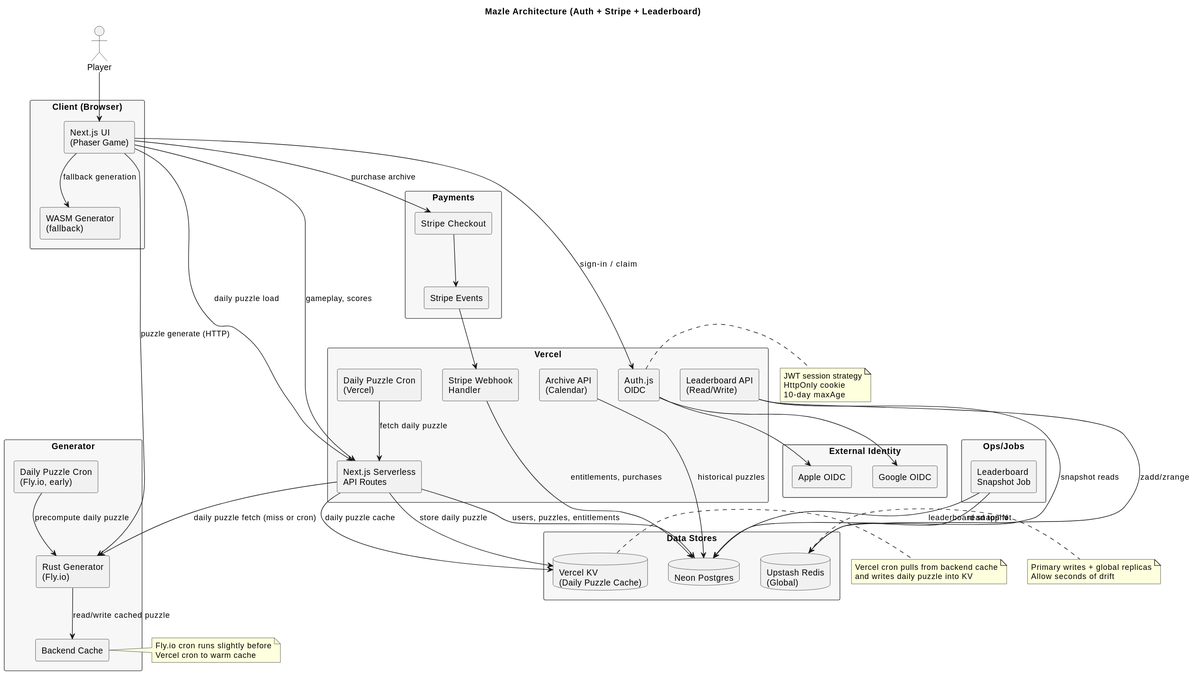
Before: docs/mazle-architecture.svg, a diagram exported from PlantUML (jmogainz/mazle).
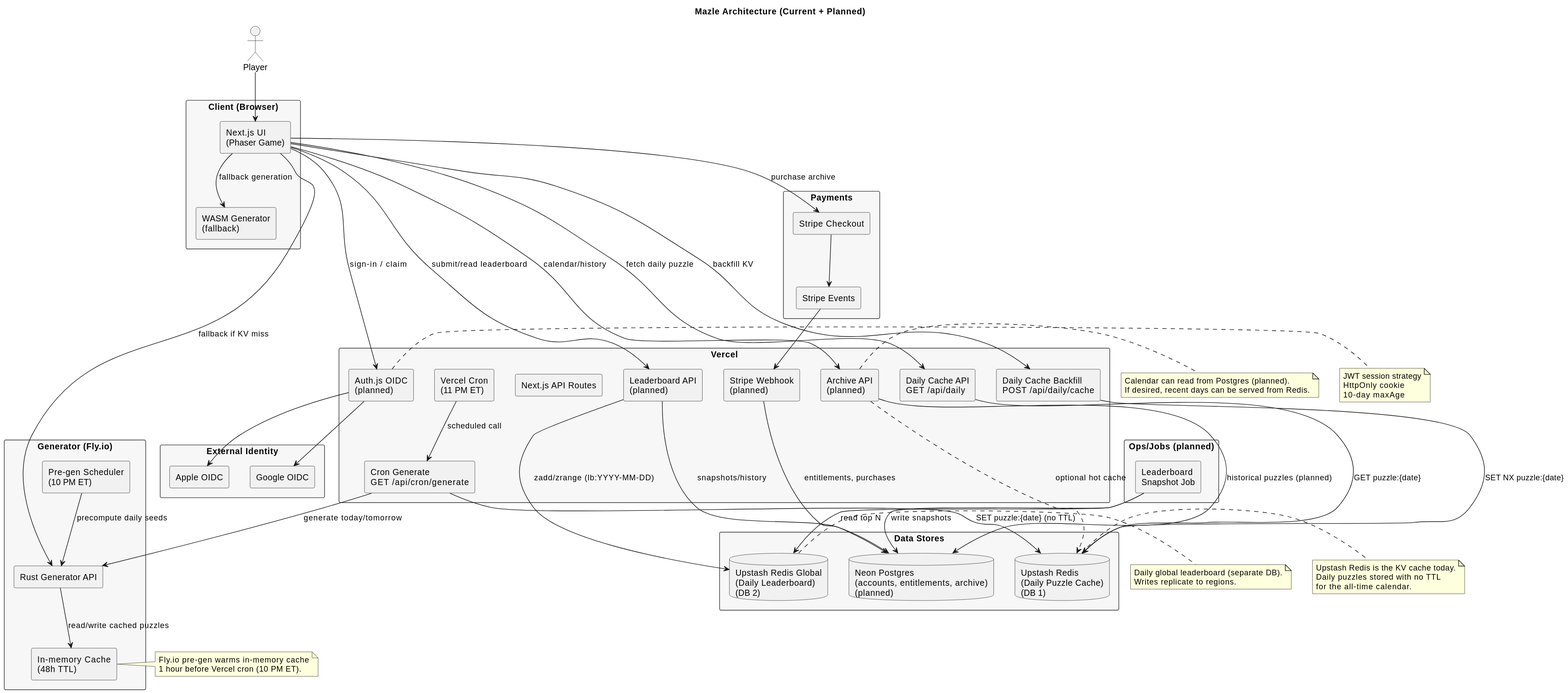
After the change.

Commit message:
update: new docs for mazle user account architecture epic 3

The edit, as a diff of the source:
```diff
@@ -1,5 +1,5 @@
 @startuml
-title Mazle Architecture (Auth + Stripe + Leaderboard)
+title Mazle Architecture (Current + Planned)
 skinparam componentStyle rectangle
 skinparam shadowing false
 skinparam backgroundColor #FFFFFF
@@ -14,12 +14,15 @@
 }
 
 rectangle "Vercel" as VERCEL {
-  component "Next.js Serverless\nAPI Routes" as API
-  component "Auth.js\nOIDC" as AUTH
-  component "Stripe Webhook\nHandler" as STRIPE_WEBHOOK
-  component "Leaderboard API\n(Read/Write)" as LB_API
-  component "Archive API\n(Calendar)" as ARCHIVE_API
-  component "Daily Puzzle Cron\n(Vercel)" as VERCEL_CRON
+  component "Next.js API Routes" as API
+  component "Daily Cache API\nGET /api/daily" as DAILY_API
+  component "Daily Cache Backfill\nPOST /api/daily/cache" as DAILY_CACHE_API
+  component "Cron Generate\nGET /api/cron/generate" as CRON_API
+  component "Vercel Cron\n(11 PM ET)" as VERCEL_CRON
+  component "Auth.js OIDC\n(planned)" as AUTH
+  component "Stripe Webhook\n(planned)" as STRIPE_WEBHOOK
+  component "Leaderboard API\n(planned)" as LB_API
+  component "Archive API\n(planned)" as ARCHIVE_API
 }
 
 rectangle "External Identity" as OIDC {
@@ -28,9 +31,9 @@
 }
 
 rectangle "Data Stores" as DATA {
-  database "Neon Postgres" as DB
-  database "Upstash Redis\n(Global)" as REDIS
-  database "Vercel KV\n(Daily Puzzle Cache)" as KV
+  database "Upstash Redis\n(Daily Puzzle Cache)\n(DB 1)" as REDIS_KV
+  database "Upstash Redis Global\n(Daily Leaderboard)\n(DB 2)" as REDIS_LB
+  database "Neon Postgres\n(accounts, entitlements, archive)\n(planned)" as DB
 }
 
 rectangle "Payments" as PAY {
@@ -38,59 +41,69 @@
   component "Stripe Events" as STRIPE_EVENTS
 }
 
-rectangle "Generator" as GEN {
-  component "Rust Generator\n(Fly.io)" as RUST_GEN
-  component "Backend Cache" as GEN_CACHE
-  component "Daily Puzzle Cron\n(Fly.io, early)" as GEN_CRON
+rectangle "Generator (Fly.io)" as GEN {
+  component "Rust Generator API" as RUST_GEN
+  component "In-memory Cache\n(48h TTL)" as GEN_CACHE
+  component "Pre-gen Scheduler\n(10 PM ET)" as GEN_CRON
 }
 
-rectangle "Ops/Jobs" as JOBS {
+rectangle "Ops/Jobs (planned)" as JOBS {
   component "Leaderboard\nSnapshot Job" as SNAPSHOT
 }
 
 P --> UI
-UI --> API : gameplay, scores
+UI --> DAILY_API : fetch daily puzzle
+UI --> RUST_GEN : fallback if KV miss
+UI --> WASM : fallback generation
+UI --> DAILY_CACHE_API : backfill KV
+UI --> LB_API : submit/read leaderboard
+UI --> ARCHIVE_API : calendar/history
 UI --> AUTH : sign-in / claim
 UI --> STRIPE_CHECKOUT : purchase archive
-UI --> API : daily puzzle load
-UI --> RUST_GEN : puzzle generate (HTTP)
-UI --> WASM : fallback generation
 
 AUTH --> GOOGLE
 AUTH --> APPLE
 
-API --> DB : users, puzzles, entitlements
-API --> KV : daily puzzle cache
-API --> RUST_GEN : daily puzzle fetch (miss or cron)
-LB_API --> REDIS : zadd/zrange
-LB_API --> DB : snapshot reads
-ARCHIVE_API --> DB : historical puzzles
+DAILY_API --> REDIS_KV : GET puzzle:{date}
+DAILY_CACHE_API --> REDIS_KV : SET NX puzzle:{date}
+CRON_API --> RUST_GEN : generate today/tomorrow
+CRON_API --> REDIS_KV : SET puzzle:{date} (no TTL)
+VERCEL_CRON --> CRON_API : scheduled call
+
+GEN_CRON --> RUST_GEN : precompute daily seeds
+RUST_GEN --> GEN_CACHE : read/write cached puzzles
+
+LB_API --> REDIS_LB : zadd/zrange (lb:YYYY-MM-DD)
+LB_API --> DB : snapshots/history
+ARCHIVE_API --> DB : historical puzzles (planned)
+ARCHIVE_API ..> REDIS_KV : optional hot cache
 
 STRIPE_CHECKOUT --> STRIPE_EVENTS
 STRIPE_EVENTS --> STRIPE_WEBHOOK
 STRIPE_WEBHOOK --> DB : entitlements, purchases
 
-SNAPSHOT --> DB : leaderboard snapshot
-SNAPSHOT --> REDIS : read top N
+SNAPSHOT --> REDIS_LB : read top N
+SNAPSHOT --> DB : write snapshots
 
-GEN_CRON --> RUST_GEN : precompute daily puzzle
-RUST_GEN --> GEN_CACHE : read/write cached puzzle
-VERCEL_CRON --> API : fetch daily puzzle
-API --> KV : store daily puzzle
+note right of REDIS_KV
+Upstash Redis is the KV cache today.
+Daily puzzles stored with no TTL
+for the all-time calendar.
+end note
 
-note right of KV
-Vercel cron pulls from backend cache
-and writes daily puzzle into KV
+note right of REDIS_LB
+Daily global leaderboard (separate DB).
+Writes replicate to regions.
 end note
 
 note right of GEN_CACHE
-Fly.io cron runs slightly before
-Vercel cron to warm cache
+Fly.io pre-gen warms in-memory cache
+1 hour before Vercel cron (10 PM ET).
 end note
 
-note right of REDIS
-Primary writes + global replicas
-Allow seconds of drift
+note right of ARCHIVE_API
+Calendar can read from Postgres (planned).
+If desired, recent days can be served from Redis.
 end note
 
 note right of AUTH
```
